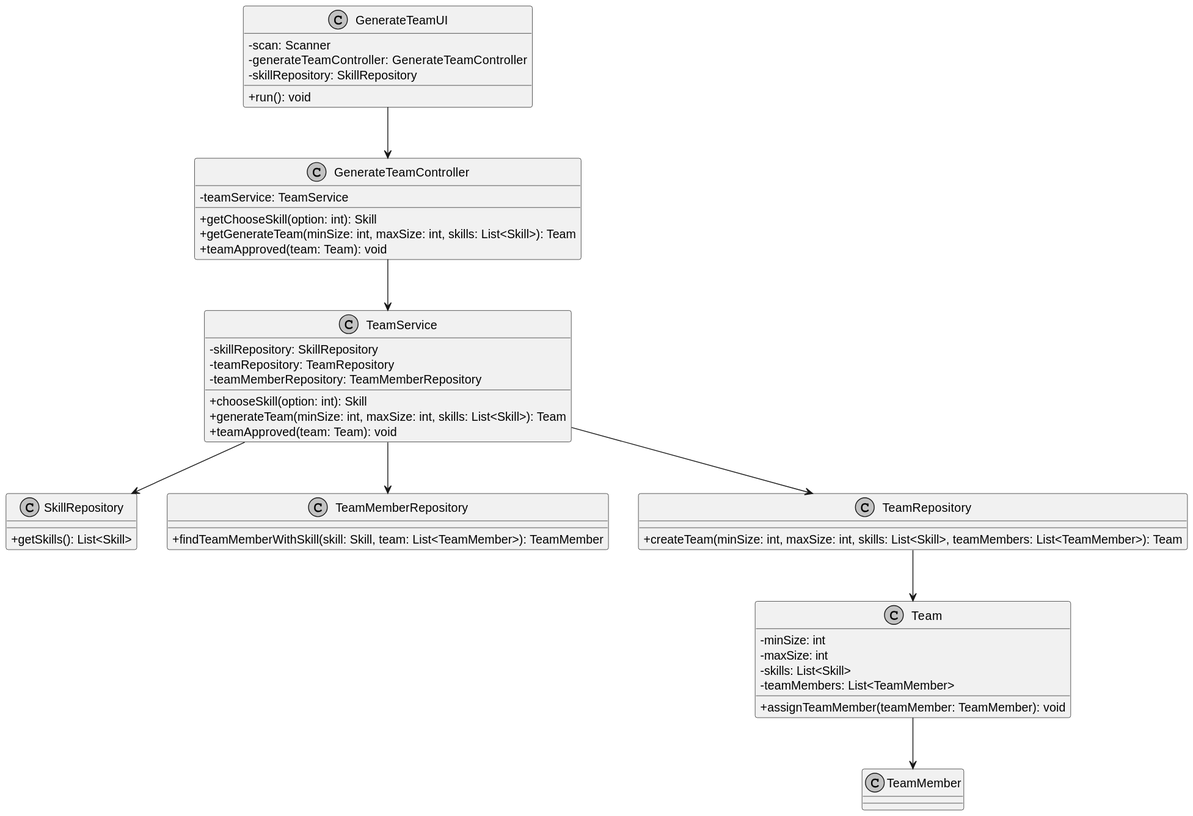
The PlantUML diagram docs/sprintC/us005/03.design/svg/us05-class-diagram.svg in Mendoncaa/LAPR2, before a commit.
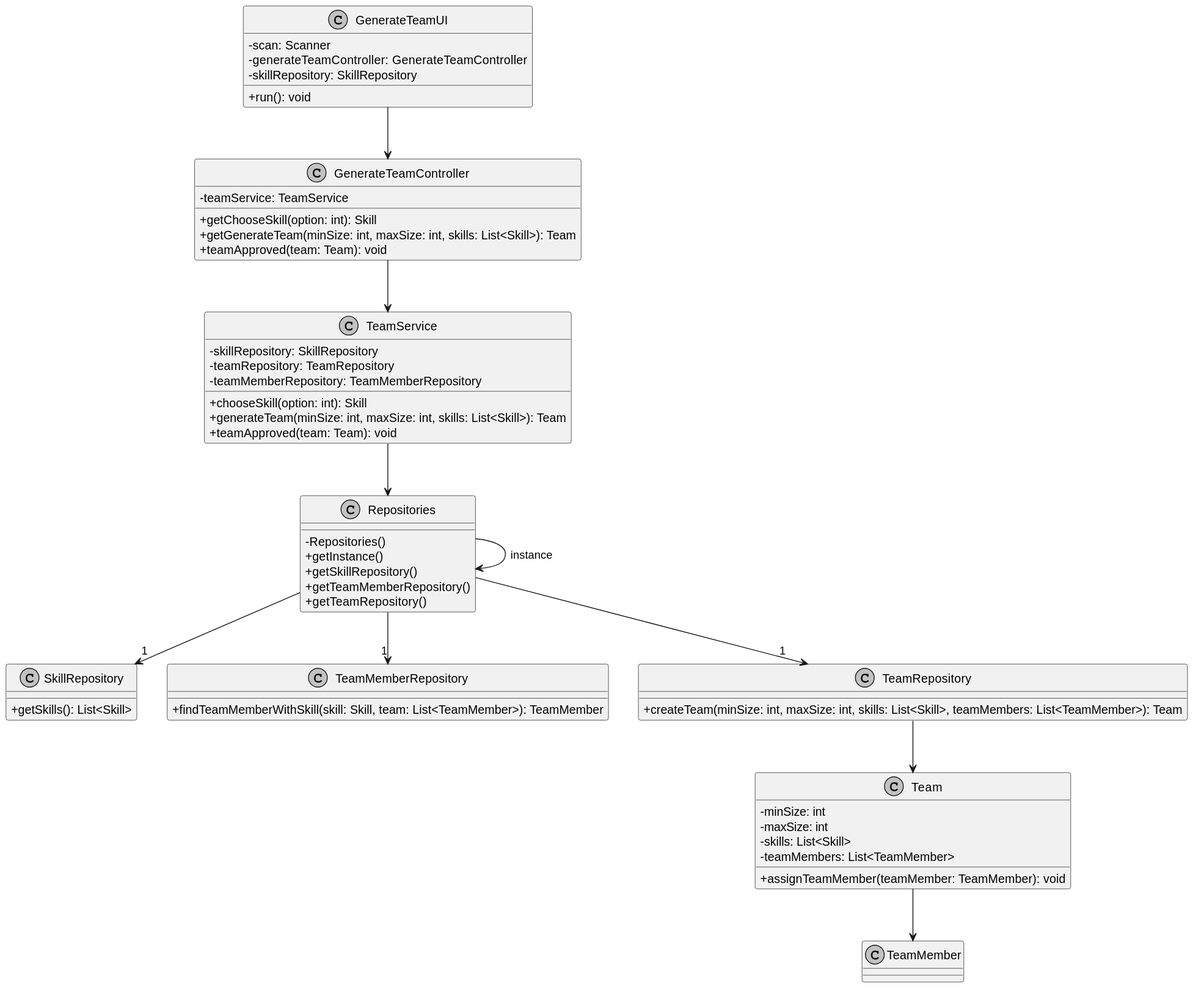
Above is the later version.

Commit message:
US005 SINGLETON fix on class diagram.

What changed in the source:
```diff
@@ -17,6 +17,15 @@
     + getGenerateTeam(minSize: int, maxSize: int, skills: List<Skill>): Team
     + teamApproved(team: Team): void
 }
+
+class Repositories {
+    -Repositories()
+    +getInstance()
+    + getSkillRepository()
+    + getTeamMemberRepository()
+    + getTeamRepository()
+}
+
 
 class TeamService {
     - skillRepository: SkillRepository
@@ -49,9 +58,11 @@
 
 GenerateTeamUI --> GenerateTeamController
 GenerateTeamController --> TeamService
-TeamService --> SkillRepository
-TeamService --> TeamMemberRepository
-TeamService --> TeamRepository
 TeamRepository --> Team
 Team --> TeamMember
+Repositories--> Repositories: instance
+TeamService --> Repositories
+Repositories -->"1" SkillRepository
+Repositories--> "1" TeamMemberRepository
+Repositories--> "1" TeamRepository
 @enduml
```
